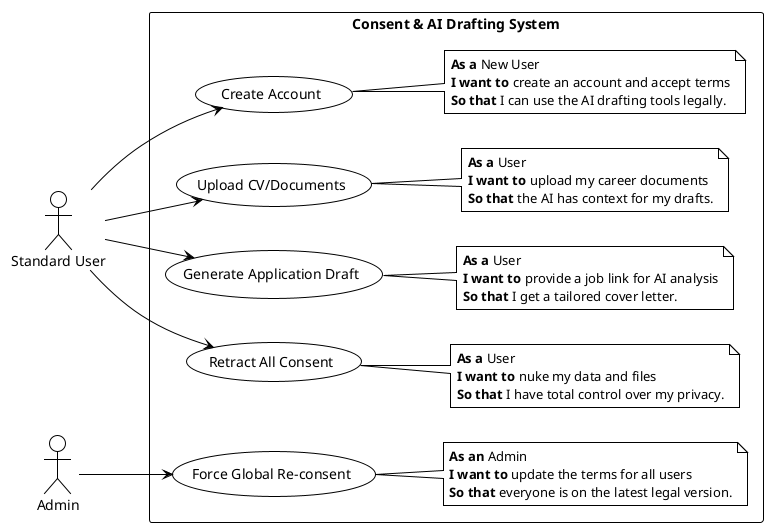
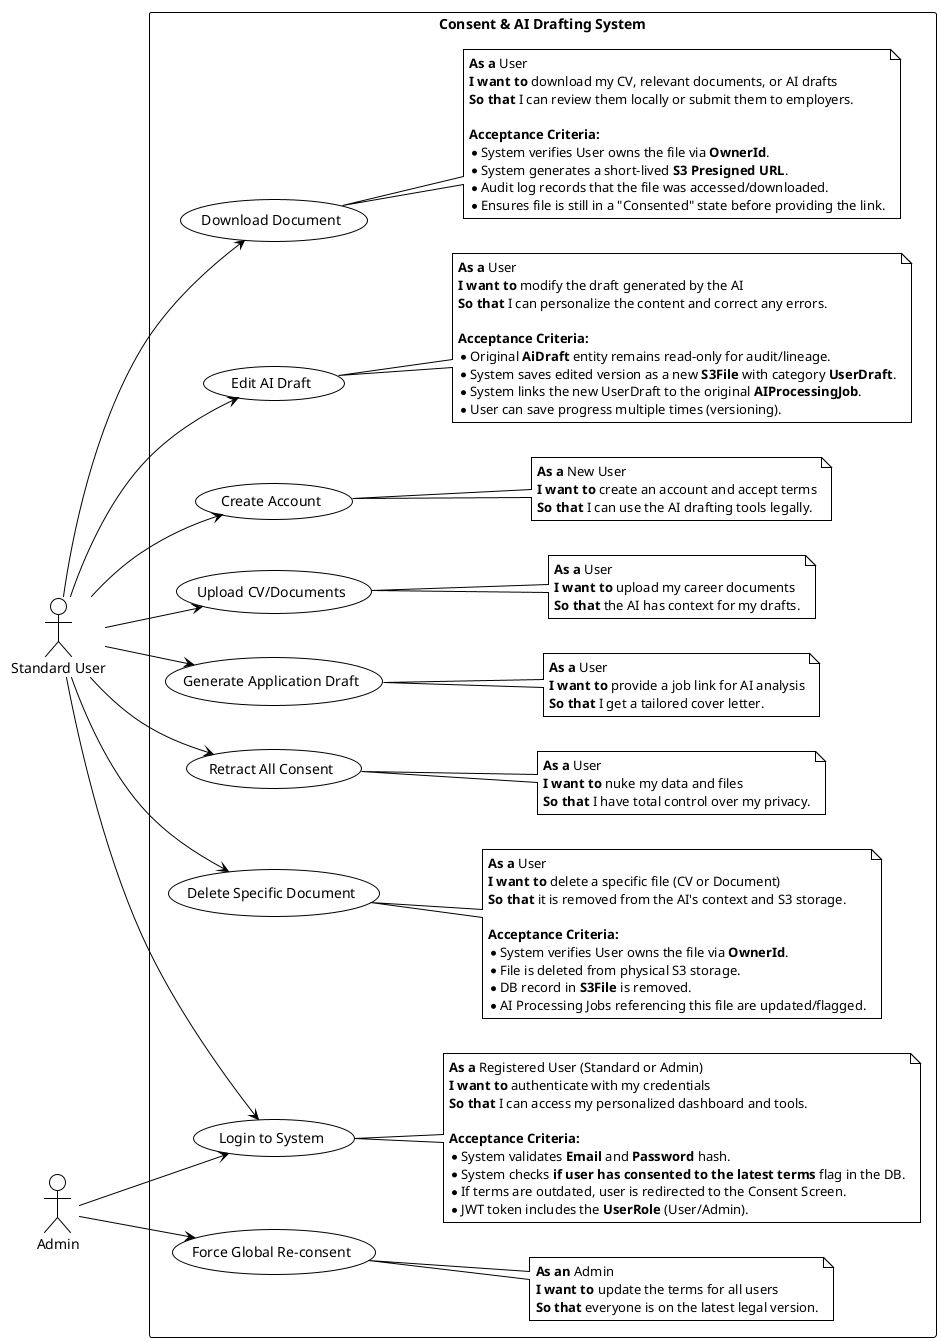
@startuml
!theme plain
left to right direction
skinparam PackageStyle rectangle

actor "Standard User" as User
actor "Admin" as Admin

rectangle "Consent & AI Drafting System" {

    ' Story 1: Account Creation & Legal
    (Create Account) as UC1
    note right of UC1
      **As a** New User
      **I want to** create an account and accept terms
      **So that** I can use the AI drafting tools legally.
    end note

    ' Story 2: File Management
    (Upload CV/Documents) as UC2
    note right of UC2
      **As a** User
      **I want to** upload my career documents
      **So that** the AI has context for my drafts.
    end note

    ' Story 3: AI Generation
    (Generate Application Draft) as UC3
    note right of UC3
      **As a** User
      **I want to** provide a job link for AI analysis
      **So that** I get a tailored cover letter.
    end note

    ' Story 4: The Nuclear Option (Consent)
    (Retract All Consent) as UC4
    note right of UC4
      **As a** User
      **I want to** nuke my data and files
      **So that** I have total control over my privacy.
    end note

    ' Story 5: Global Reset (Admin)
    (Force Global Re-consent) as UC5
    note right of UC5
      **As an** Admin
      **I want to** update the terms for all users
      **So that** everyone is on the latest legal version.
    end note
+     (Delete Specific Document) as UC_DeleteDoc
+     note right of UC_DeleteDoc
+       **As a** User
+       **I want to** delete a specific file (CV or Document)
+       **So that** it is removed from the AI's context and S3 storage.
+ 
+       **Acceptance Criteria:**
+       * System verifies User owns the file via **OwnerId**.
+       * File is deleted from physical S3 storage.
+       * DB record in **S3File** is removed.
+       * AI Processing Jobs referencing this file are updated/flagged.
+     end note
+ 
+     (Login to System) as UC_Login
+     note right of UC_Login
+       **As a** Registered User (Standard or Admin)
+       **I want to** authenticate with my credentials
+       **So that** I can access my personalized dashboard and tools.
+ 
+       **Acceptance Criteria:**
+       * System validates **Email** and **Password** hash.
+       * System checks **if user has consented to the latest terms** flag in the DB.
+       * If terms are outdated, user is redirected to the Consent Screen.
+       * JWT token includes the **UserRole** (User/Admin).
+     end note
+ 
+     (Download Document) as UC_Download
+     note right of UC_Download
+       **As a** User
+       **I want to** download my CV, relevant documents, or AI drafts
+       **So that** I can review them locally or submit them to employers.
+ 
+       **Acceptance Criteria:**
+       * System verifies User owns the file via **OwnerId**.
+       * System generates a short-lived **S3 Presigned URL**.
+       * Audit log records that the file was accessed/downloaded.
+       * Ensures file is still in a "Consented" state before providing the link.
+     end note
+ 
+ 
+     (Edit AI Draft) as UC_EditDraft
+     note right of UC_EditDraft
+       **As a** User
+       **I want to** modify the draft generated by the AI
+       **So that** I can personalize the content and correct any errors.
+ 
+       **Acceptance Criteria:**
+       * Original **AiDraft** entity remains read-only for audit/lineage.
+       * System saves edited version as a new **S3File** with category **UserDraft**.
+       * System links the new UserDraft to the original **AIProcessingJob**.
+       * User can save progress multiple times (versioning).
+     end note
}

+ User --> UC_EditDraft
+ User --> UC_Download
+ User --> UC_Login
+ Admin --> UC_Login
+ User --> UC_DeleteDoc
User --> UC1
User --> UC2
User --> UC3
User --> UC4

Admin --> UC5
@enduml